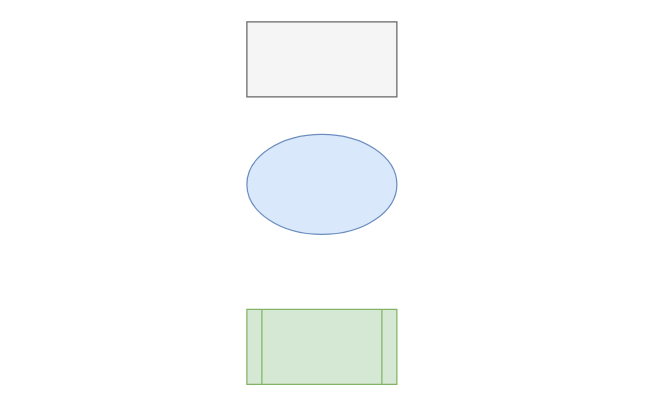
Above: default/未命名绘图.drawio in tmacliang/diagrams (draw.io), before the change. Source tidied: cells renumbered, new cells numbered last; positions are measured from the earlier drawing's top-left corner, leaving out a move shared by most shapes. Both pictures are drawn from the tidied source at 125%, with x=0, y=0 at pixel (246, 21).
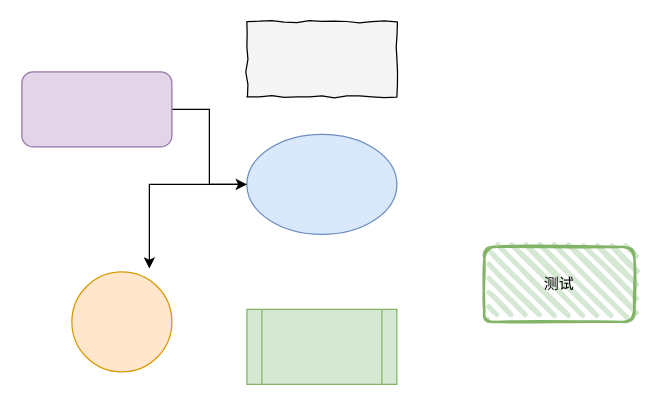
After the change.

Commit message:
更新未命名绘图.drawio

What changed in the source:
```diff
@@
 <mxGraphModel>
   <root>
     <mxCell id="0" />
     <mxCell id="1" parent="0" />
-    <mxCell id="2" style="rounded=0;whiteSpace=wrap;html=1;fillColor=#f5f5f5;fontColor=#333333;strokeColor=#666666;" parent="1" vertex="1">
+    <mxCell id="2" style="rounded=0;whiteSpace=wrap;html=1;fillColor=#f5f5f5;fontColor=#333333;strokeColor=default;shadow=0;glass=0;gradientColor=none;fillStyle=auto;comic=1;" parent="1" vertex="1">
       <mxGeometry width="120" height="60" as="geometry" />
     </mxCell>
+    <mxCell id="5" style="edgeStyle=orthogonalEdgeStyle;rounded=0;jettySize=auto;html=1;entryX=0.775;entryY=-0.033;entryDx=0;entryDy=0;entryPerimeter=0;" parent="1" edge="1" source="3" target="8">
+      <mxGeometry relative="1" as="geometry" />
+    </mxCell>
     <mxCell id="3" style="ellipse;whiteSpace=wrap;html=1;fillColor=#dae8fc;strokeColor=#6c8ebf;" parent="1" vertex="1">
       <mxGeometry y="90" width="120" height="80" as="geometry" />
     </mxCell>
     <mxCell id="4" style="shape=process;whiteSpace=wrap;html=1;backgroundOutline=1;fillColor=#d5e8d4;strokeColor=#82b366;" parent="1" vertex="1">
       <mxGeometry y="230" width="120" height="60" as="geometry" />
     </mxCell>
+    <mxCell id="6" style="edgeStyle=orthogonalEdgeStyle;rounded=0;jettySize=auto;html=1;entryX=0;entryY=0.5;entryDx=0;entryDy=0;" parent="1" edge="1" source="7" target="3">
+      <mxGeometry relative="1" as="geometry" />
+    </mxCell>
+    <mxCell id="7" style="rounded=1;whiteSpace=wrap;html=1;fillColor=#e1d5e7;strokeColor=#9673a6;" parent="1" vertex="1">
+      <mxGeometry x="-180" y="40" width="120" height="60" as="geometry" />
+    </mxCell>
+    <mxCell id="8" style="ellipse;whiteSpace=wrap;html=1;fillColor=#ffe6cc;strokeColor=#d79b00;" parent="1" vertex="1">
+      <mxGeometry x="-140" y="200" width="80" height="80" as="geometry" />
+    </mxCell>
+    <mxCell id="9" value="测试" style="rounded=1;whiteSpace=wrap;html=1;strokeWidth=2;fillWeight=4;hachureGap=8;hachureAngle=45;fillColor=#d5e8d4;sketch=1;strokeColor=#82b366;shadow=0;" parent="1" vertex="1">
+      <mxGeometry x="190" y="180" width="120" height="60" as="geometry" />
+    </mxCell>
   </root>
 </mxGraphModel>
```
